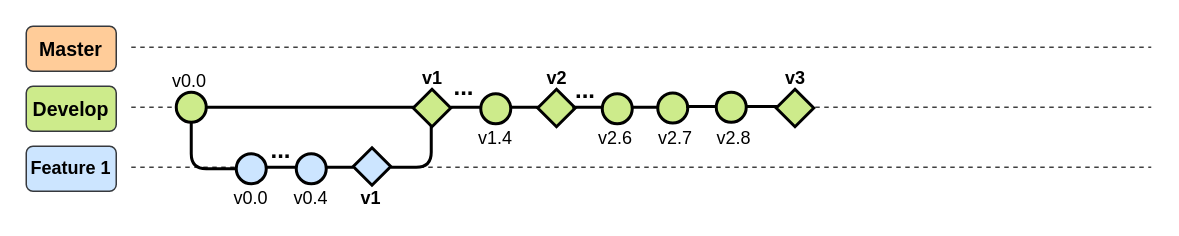
Above: page "Develop" (2 of 3) of 03_ImagenesRepo/01_GitFlow.drawio in LEOSZ8/Tesis_Msc_LSZ (draw.io), before the change. Source tidied: cells renumbered, new cells numbered last; positions are measured from the earlier drawing's top-left corner, leaving out a move shared by most shapes. Both pictures are drawn from the tidied source at 150%, with x=0, y=0 at pixel (26, 26).
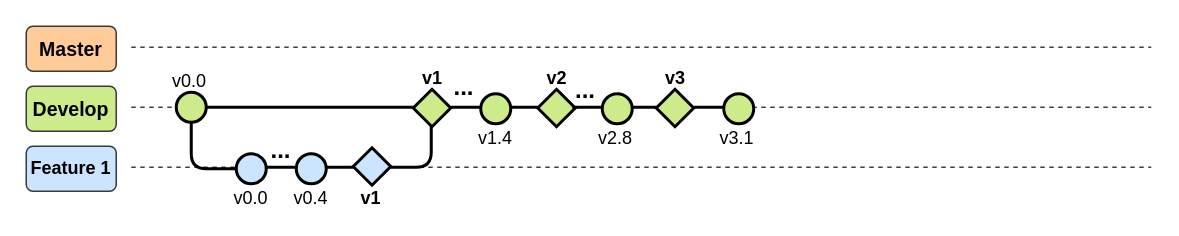
The same page after the edit.

Diff of the diagram source:
```diff
@@
-    <mxCell id="33" style="ellipse;whiteSpace=wrap;html=1;fillColor=#CDEB8B;strokeColor=#000000;strokeWidth=2;" parent="1" vertex="1">
-      <mxGeometry x="421" y="44.5" width="20" height="20" as="geometry" />
-    </mxCell>
-    <mxCell id="34" value="v2.7" style="text;html=1;align=center;verticalAlign=middle;whiteSpace=wrap;rounded=0;" parent="1" vertex="1">
-      <mxGeometry x="418" y="70" width="30" height="10" as="geometry" />
-    </mxCell>
@@
-    <mxCell id="37" value="v2.6" style="text;html=1;align=center;verticalAlign=middle;whiteSpace=wrap;rounded=0;" parent="1" vertex="1">
+    <mxCell id="37" value="v2.8" style="text;html=1;align=center;verticalAlign=middle;whiteSpace=wrap;rounded=0;" parent="1" vertex="1">
       <mxGeometry x="378" y="70" width="30" height="10" as="geometry" />
     </mxCell>
-    <mxCell id="38" style="edgeStyle=orthogonalEdgeStyle;rounded=0;orthogonalLoop=1;jettySize=auto;html=1;endArrow=none;endFill=0;strokeWidth=2;" parent="1" edge="1">
-      <mxGeometry relative="1" as="geometry">
-        <mxPoint x="440" y="53.5" as="sourcePoint" />
-        <mxPoint x="460" y="52.5" as="targetPoint" />
-      </mxGeometry>
-    </mxCell>
-    <mxCell id="39" style="ellipse;whiteSpace=wrap;html=1;fillColor=#CDEB8B;strokeColor=#000000;strokeWidth=2;" parent="1" vertex="1">
-      <mxGeometry x="460" y="44" width="20" height="20" as="geometry" />
-    </mxCell>
-    <mxCell id="40" value="v2.8" style="text;html=1;align=center;verticalAlign=middle;whiteSpace=wrap;rounded=0;" parent="1" vertex="1">
-      <mxGeometry x="457" y="69.5" width="30" height="10" as="geometry" />
-    </mxCell>
-    <mxCell id="41" style="edgeStyle=orthogonalEdgeStyle;rounded=0;orthogonalLoop=1;jettySize=auto;html=1;endArrow=none;endFill=0;strokeWidth=2;" parent="1" edge="1">
-      <mxGeometry relative="1" as="geometry">
-        <mxPoint x="480" y="53.5" as="sourcePoint" />
-        <mxPoint x="500" y="52.5" as="targetPoint" />
-      </mxGeometry>
-    </mxCell>
     <mxCell id="42" style="rhombus;whiteSpace=wrap;html=1;fillColor=#CDEB8B;strokeColor=#000000;strokeWidth=2;" parent="1" vertex="1">
-      <mxGeometry x="500" y="42" width="25" height="25" as="geometry" />
+      <mxGeometry x="420" y="42" width="25" height="25" as="geometry" />
     </mxCell>
     <mxCell id="43" value="v3" style="text;html=1;align=center;verticalAlign=middle;whiteSpace=wrap;rounded=0;fontStyle=1;" parent="1" vertex="1">
-      <mxGeometry x="498" y="30" width="30" height="10" as="geometry" />
+      <mxGeometry x="418" y="30" width="30" height="10" as="geometry" />
     </mxCell>
+    <mxCell id="44" style="edgeStyle=orthogonalEdgeStyle;rounded=0;orthogonalLoop=1;jettySize=auto;html=1;endArrow=none;endFill=0;strokeWidth=2;" parent="1" edge="1">
+      <mxGeometry relative="1" as="geometry">
+        <mxPoint x="445" y="54" as="sourcePoint" />
+        <mxPoint x="465" y="54" as="targetPoint" />
+      </mxGeometry>
+    </mxCell>
+    <mxCell id="45" style="ellipse;whiteSpace=wrap;html=1;fillColor=#CDEB8B;strokeColor=#000000;strokeWidth=2;" parent="1" vertex="1">
+      <mxGeometry x="465" y="45" width="20" height="20" as="geometry" />
+    </mxCell>
+    <mxCell id="46" value="v3.1" style="text;html=1;align=center;verticalAlign=middle;whiteSpace=wrap;rounded=0;" parent="1" vertex="1">
+      <mxGeometry x="459" y="70" width="30" height="10" as="geometry" />
+    </mxCell>
```
